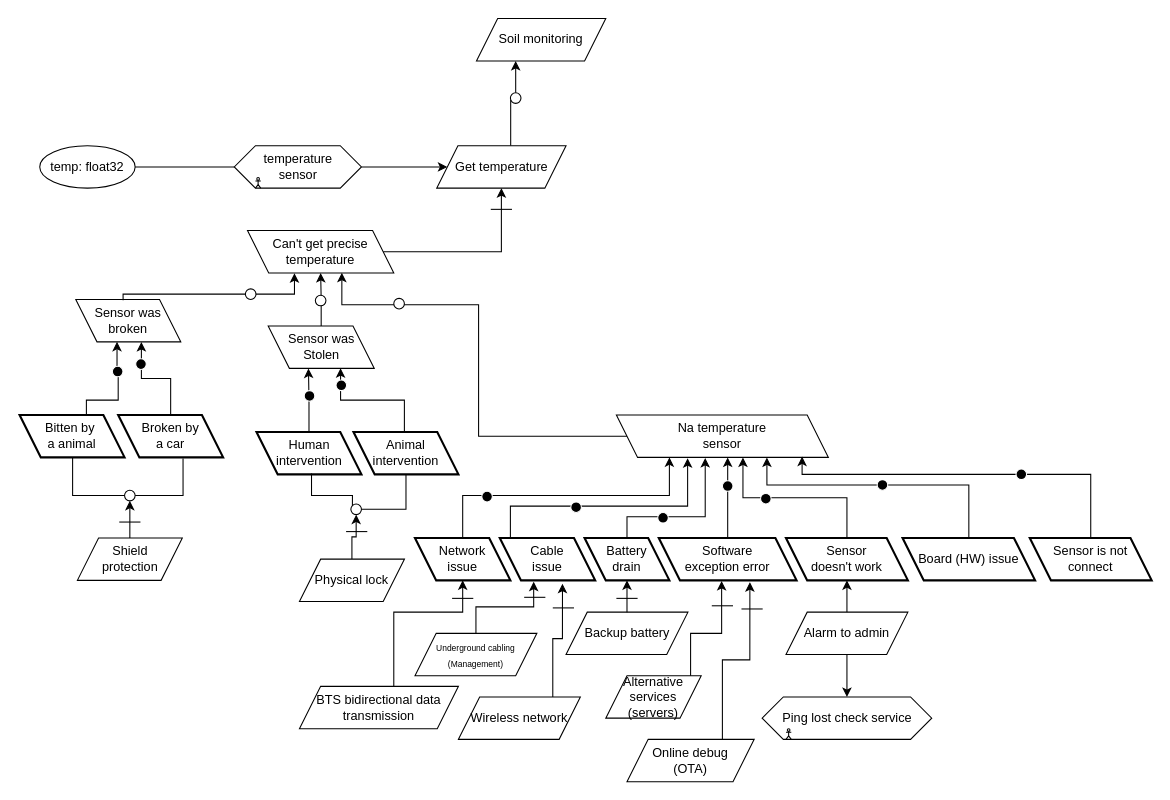
This is requirement-engineering/final/assets/diagrams/risk_soil_monitoring.drawio from Asncodes-80/master-papers, a draw.io file, before an edit. Source tidied: cells renumbered, new cells numbered last; positions are measured from the earlier drawing's top-left corner, leaving out a move shared by most shapes. Both pictures are drawn from the tidied source at 106%, with x=0, y=0 at pixel (19, 18).
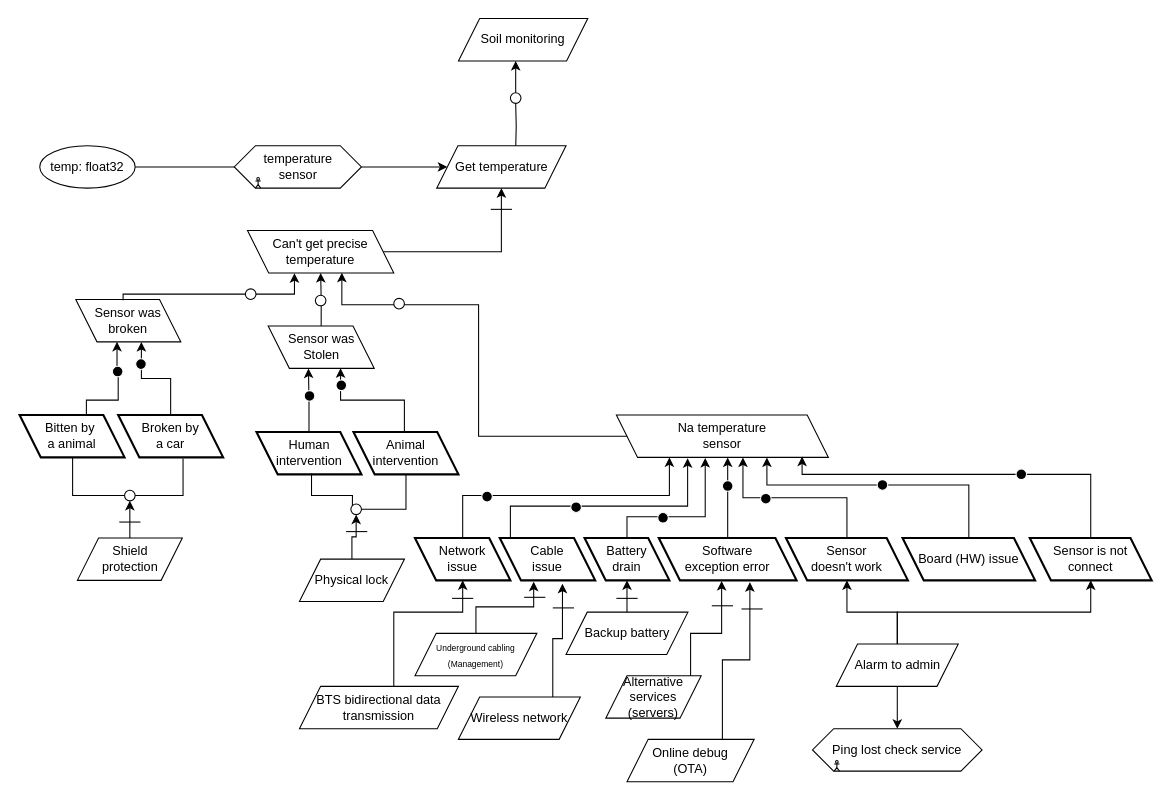
After the change.

The change refers to these unchanged cells:
```xml
<mxCell id="4" value="Get temperature" style="shape=parallelogram;perimeter=parallelogramPerimeter;whiteSpace=wrap;html=1;fixedSize=1;" parent="1" vertex="1">
  <mxGeometry x="393.5" y="120" width="122" height="40" as="geometry" />
</mxCell>
<mxCell id="6" style="ellipse;whiteSpace=wrap;html=1;" parent="1" vertex="1">
  <mxGeometry x="463" y="70" width="10" height="10" as="geometry" />
</mxCell>
<mxCell id="34" value="&lt;div&gt;Sensor is not connect&lt;br&gt;&lt;/div&gt;" style="shape=parallelogram;perimeter=parallelogramPerimeter;whiteSpace=wrap;html=1;fixedSize=1;flipH=1;strokeWidth=2;" parent="1" vertex="1">
  <mxGeometry x="953" y="490" width="115" height="40" as="geometry" />
</mxCell>
```

Change to the diagram source:
```diff
@@
     <mxCell id="2" value="Soil monitoring" style="shape=parallelogram;perimeter=parallelogramPerimeter;whiteSpace=wrap;html=1;fixedSize=1;" parent="1" vertex="1">
-      <mxGeometry x="431" width="122" height="40" as="geometry" />
+      <mxGeometry x="414" width="122" height="40" as="geometry" />
     </mxCell>
-    <mxCell id="3" style="edgeStyle=orthogonalEdgeStyle;rounded=0;jettySize=auto;html=1;entryX=0.028;entryY=0.661;entryDx=0;entryDy=0;endArrow=none;endFill=0;entryPerimeter=0;" parent="1" edge="1" source="4" target="6">
+    <mxCell id="3" style="edgeStyle=orthogonalEdgeStyle;rounded=0;jettySize=auto;html=1;entryX=0.5;entryY=1;entryDx=0;entryDy=0;endArrow=none;endFill=0;" parent="1" edge="1" target="6">
       <mxGeometry relative="1" as="geometry">
-        <Array as="points">
-          <mxPoint x="463" y="77" />
-        </Array>
+        <mxPoint x="468" y="123" as="sourcePoint" />
       </mxGeometry>
     </mxCell>
@@
+    <mxCell id="92" style="edgeStyle=orthogonalEdgeStyle;rounded=0;jettySize=auto;html=1;entryX=0.5;entryY=1;entryDx=0;entryDy=0;" parent="1" edge="1" source="47" target="34">
+      <mxGeometry relative="1" as="geometry">
+        <Array as="points">
+          <mxPoint x="828" y="560" />
+          <mxPoint x="1010" y="560" />
+        </Array>
+      </mxGeometry>
+    </mxCell>
     <mxCell id="47" value="&lt;div&gt;Alarm to admin&lt;br&gt;&lt;/div&gt;" style="shape=parallelogram;perimeter=parallelogramPerimeter;whiteSpace=wrap;html=1;fixedSize=1;flipH=0;" parent="1" vertex="1">
-      <mxGeometry x="723" y="560" width="115" height="40" as="geometry" />
+      <mxGeometry x="770.5" y="590" width="115" height="40" as="geometry" />
     </mxCell>
@@
     <mxCell id="49" value="Ping lost check service" style="shape=hexagon;perimeter=hexagonPerimeter2;whiteSpace=wrap;html=1;fixedSize=1;" parent="1" vertex="1">
-      <mxGeometry x="700.5" y="640" width="160" height="40" as="geometry" />
+      <mxGeometry x="748" y="670" width="160" height="40" as="geometry" />
     </mxCell>
@@
     <mxCell id="84" style="shape=umlActor;verticalLabelPosition=bottom;verticalAlign=top;html=1;" parent="1" vertex="1">
-      <mxGeometry x="723" y="670" width="5" height="10" as="geometry" />
+      <mxGeometry x="768.5" y="700" width="5" height="10" as="geometry" />
     </mxCell>
```
